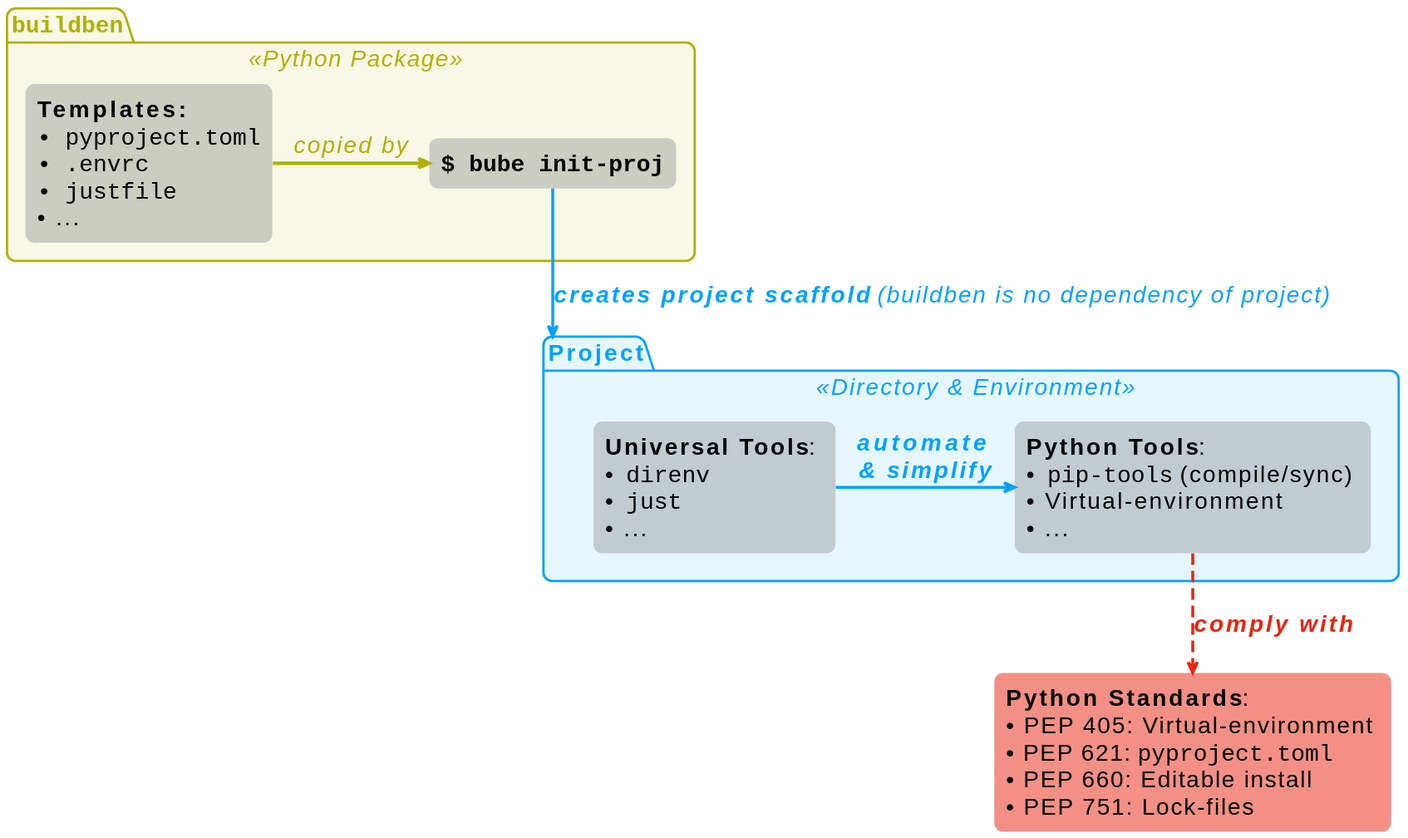
This is assets/figures/graphical-abstract_init-proj/graphical-abstract_init-proj.svg from HisQu/buildben, a PlantUML export, as it was before one commit.
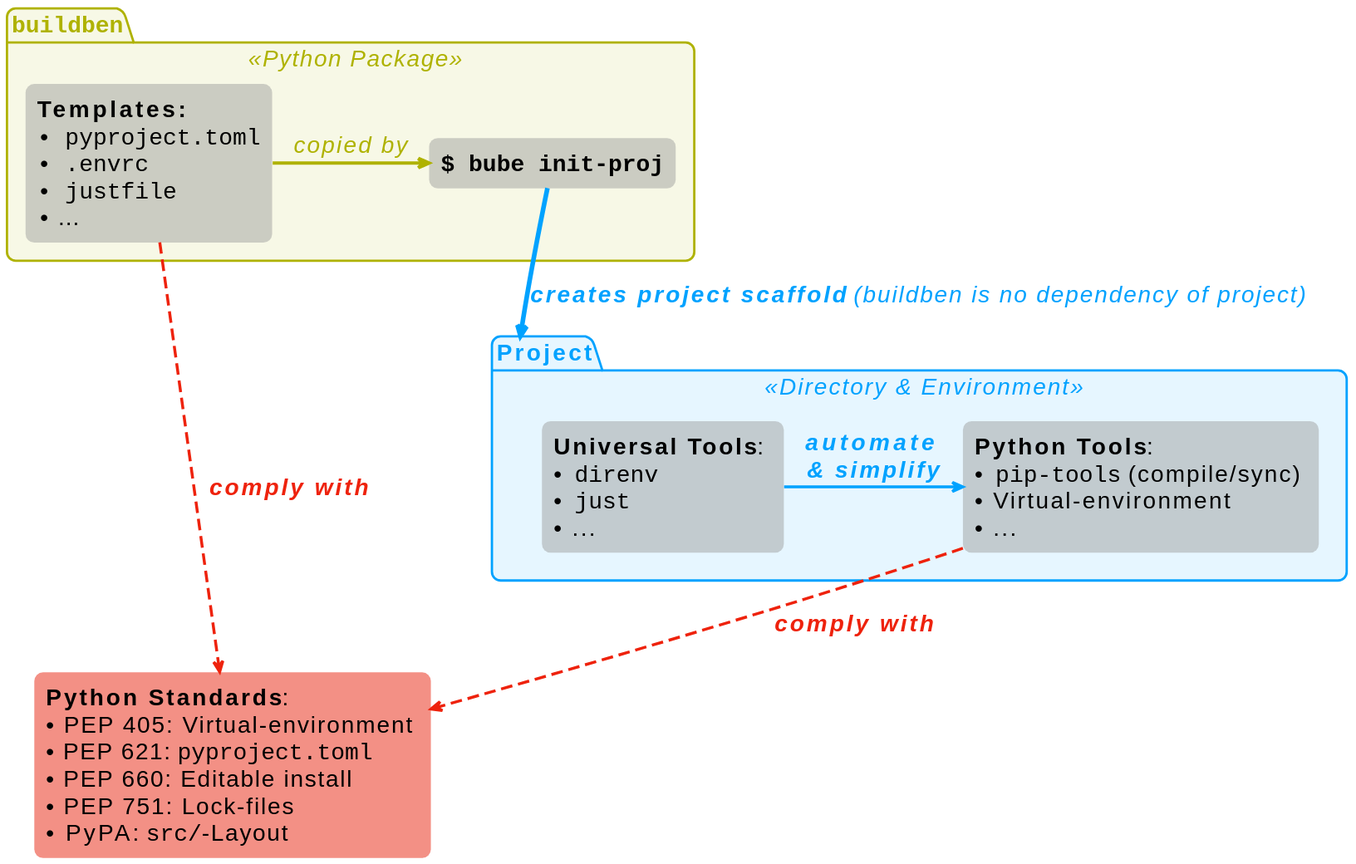
Later version of the same file.

Commit message:
update graphical abstract

What changed in the source:
```diff
@@ -44,7 +44,7 @@
 
 
 package """buildben""" as BB <<Python Package>> {
-  rectangle "**Templates:**\n""• pyproject.toml""\n""• .envrc""\n""• justfile""\n• ..." as TEMP
+  rectangle "**Templates:**\n""• pyproject.toml""\n""• .envrc""\n""• justfile""\n""•"" ..." as TEMP
   rectangle "**""$ bube init-proj""**" as BBinitcli
 
 }
@@ -65,7 +65,7 @@
   rectangle "**Universal Tools**: \n• ""direnv""\n• ""just""\n• ..." as Tools
 }
 
-rectangle "**Python Standards**: \n• PEP 405: Virtual-environment \n• PEP 621: ""pyproject.toml""\n• PEP 660: Editable install\n•  PEP 751: Lock-files" as Standards  #f27f72dc
+rectangle "**Python Standards**: \n• PEP 405: Virtual-environment \n• PEP 621: ""pyproject.toml""\n• PEP 660: Editable install\n•  PEP 751: Lock-files\n•  PyPA: ""src/""-Layout" as Standards  #f27f72dc
 
 
 <style>
@@ -77,7 +77,7 @@
 }
 </style>
 
-BBinitcli -down-> P : **creates project scaffold** (buildben is no dependency of project)
+BBinitcli -[thickness=4]-> P : **creates project scaffold** (buildben is no dependency of project)
 
 Tools -right-> PyTools : **automate** \n**& simplify**
 
@@ -86,8 +86,8 @@
     LineStyle 10-5
     LineColor #EE220C
     FontColor #EE220C
-
 }
 </style>
-PyTools -down-> Standards : **comply with**
+PyTools --> Standards : **comply with**
+TEMP --> Standards : **comply with**
 @enduml
```
